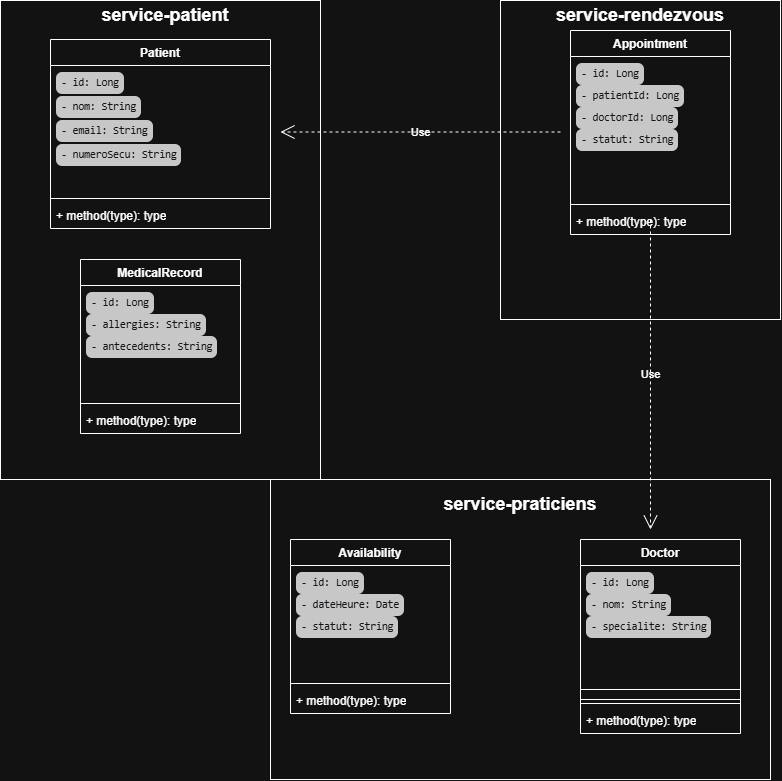
The draw.io diagram docs/uml-global.png in sondoustemri/MedRDV, before a commit. Source tidied: cells renumbered, new cells last; positions are measured from the earlier drawing's top-left corner, leaving out a move shared by most shapes.
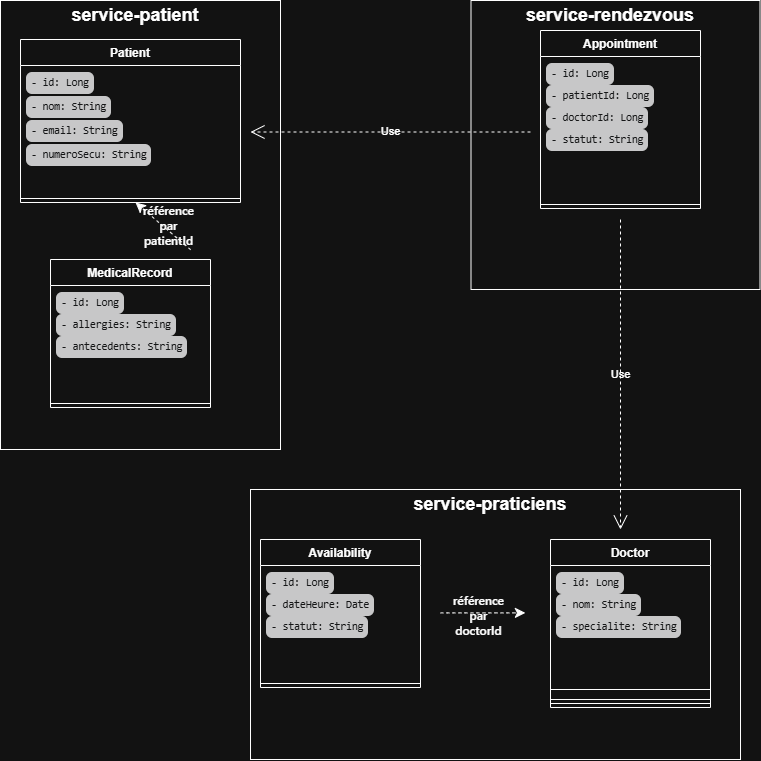
After the change.

Change to the diagram source:
```diff
@@ -5,3 +5,3 @@
     <mxCell id="2" value="&lt;div style=&quot;text-align: start;&quot;&gt;Patient&lt;/div&gt;" style="swimlane;fontStyle=1;align=center;verticalAlign=top;horizontal=1;startSize=26;whiteSpace=wrap;html=1;" parent="1" vertex="1">
-      <mxGeometry x="50" y="39" width="220" height="189" as="geometry" />
+      <mxGeometry x="50" y="39" width="220" height="163" as="geometry" />
     </mxCell>
@@ -13,7 +13,4 @@
     </mxCell>
-    <mxCell id="5" value="+ method(type): type" style="text;strokeColor=none;fillColor=none;align=left;verticalAlign=top;spacingLeft=4;spacingRight=4;overflow=hidden;whiteSpace=wrap;html=1;" parent="2" vertex="1">
-      <mxGeometry y="163" width="220" height="26" as="geometry" />
-    </mxCell>
     <mxCell id="6" value="&lt;div style=&quot;text-align: start;&quot;&gt;MedicalRecord&lt;/div&gt;" style="swimlane;fontStyle=1;align=center;verticalAlign=top;horizontal=1;startSize=26;whiteSpace=wrap;html=1;" parent="1" vertex="1">
-      <mxGeometry x="80" y="259" width="160" height="174" as="geometry" />
+      <mxGeometry x="80" y="259" width="160" height="148" as="geometry" />
     </mxCell>
@@ -25,7 +22,4 @@
     </mxCell>
-    <mxCell id="9" value="+ method(type): type" style="text;strokeColor=none;fillColor=none;align=left;verticalAlign=top;spacingLeft=4;spacingRight=4;overflow=hidden;whiteSpace=wrap;html=1;" parent="6" vertex="1">
-      <mxGeometry y="148" width="160" height="26" as="geometry" />
-    </mxCell>
     <mxCell id="10" value="Doctor" style="swimlane;fontStyle=1;align=center;verticalAlign=top;horizontal=1;startSize=26;whiteSpace=wrap;html=1;" parent="1" vertex="1">
-      <mxGeometry x="580" y="539" width="160" height="194" as="geometry" />
+      <mxGeometry x="580" y="539" width="160" height="168" as="geometry" />
     </mxCell>
@@ -40,7 +34,4 @@
     </mxCell>
-    <mxCell id="14" value="+ method(type): type" style="text;strokeColor=none;fillColor=none;align=left;verticalAlign=top;spacingLeft=4;spacingRight=4;overflow=hidden;whiteSpace=wrap;html=1;" parent="10" vertex="1">
-      <mxGeometry y="168" width="160" height="26" as="geometry" />
-    </mxCell>
     <mxCell id="15" value="Availability" style="swimlane;fontStyle=1;align=center;verticalAlign=top;horizontal=1;startSize=26;whiteSpace=wrap;html=1;" parent="1" vertex="1">
-      <mxGeometry x="290" y="539" width="160" height="174" as="geometry" />
+      <mxGeometry x="290" y="539" width="160" height="148" as="geometry" />
     </mxCell>
@@ -52,7 +43,4 @@
     </mxCell>
-    <mxCell id="18" value="+ method(type): type" style="text;strokeColor=none;fillColor=none;align=left;verticalAlign=top;spacingLeft=4;spacingRight=4;overflow=hidden;whiteSpace=wrap;html=1;" parent="15" vertex="1">
-      <mxGeometry y="148" width="160" height="26" as="geometry" />
-    </mxCell>
     <mxCell id="19" value="Appointment" style="swimlane;fontStyle=1;align=center;verticalAlign=top;horizontal=1;startSize=26;whiteSpace=wrap;html=1;" parent="1" vertex="1">
-      <mxGeometry x="570" y="30" width="160" height="204" as="geometry" />
+      <mxGeometry x="570" y="30" width="160" height="178" as="geometry" />
     </mxCell>
@@ -64,5 +52,2 @@
     </mxCell>
-    <mxCell id="22" value="+ method(type): type" style="text;strokeColor=none;fillColor=none;align=left;verticalAlign=top;spacingLeft=4;spacingRight=4;overflow=hidden;whiteSpace=wrap;html=1;" parent="19" vertex="1">
-      <mxGeometry y="178" width="160" height="26" as="geometry" />
-    </mxCell>
     <mxCell id="23" value="Use" style="endArrow=open;endSize=12;dashed=1;html=1;rounded=0;strokeColor=default;align=center;verticalAlign=middle;fontFamily=Helvetica;fontSize=11;fontColor=default;labelBackgroundColor=none;defaultLabelBackgroundColor=page;" parent="1" edge="1">
@@ -79,5 +64,2 @@
     </mxCell>
-    <mxCell id="25" style="rounded=0;whiteSpace=wrap;html=1;fillColor=none;" parent="1" vertex="1">
-      <mxGeometry width="320" height="479" as="geometry" />
-    </mxCell>
     <mxCell id="26" value="&lt;b&gt;&lt;font style=&quot;font-size: 18px;&quot;&gt;service-patient&lt;/font&gt;&lt;/b&gt;" style="text;html=1;whiteSpace=wrap;strokeColor=none;fillColor=none;align=center;verticalAlign=middle;rounded=0;" parent="1" vertex="1">
@@ -85,5 +67,2 @@
     </mxCell>
-    <mxCell id="27" style="rounded=0;whiteSpace=wrap;html=1;fillColor=none;" parent="1" vertex="1">
-      <mxGeometry x="270" y="479" width="500" height="300" as="geometry" />
-    </mxCell>
     <mxCell id="28" value="&lt;font style=&quot;font-size: 18px;&quot;&gt;&lt;b&gt;service-praticiens&lt;/b&gt;&lt;/font&gt;" style="text;html=1;whiteSpace=wrap;strokeColor=none;fillColor=none;align=center;verticalAlign=middle;rounded=0;" parent="1" vertex="1">
@@ -91,5 +70,2 @@
     </mxCell>
-    <mxCell id="29" style="rounded=0;whiteSpace=wrap;html=1;fillColor=none;" parent="1" vertex="1">
-      <mxGeometry x="500" width="280" height="319" as="geometry" />
-    </mxCell>
     <mxCell id="30" value="&lt;b&gt;&lt;font style=&quot;font-size: 18px;&quot;&gt;service-rendezvous&lt;/font&gt;&lt;/b&gt;" style="text;html=1;whiteSpace=wrap;strokeColor=none;fillColor=none;align=center;verticalAlign=middle;rounded=0;" parent="1" vertex="1">
@@ -97,2 +73,25 @@
     </mxCell>
+    <mxCell id="31" style="rounded=0;whiteSpace=wrap;html=1;fillColor=none;" parent="1" vertex="1">
+      <mxGeometry x="30" width="280" height="449" as="geometry" />
+    </mxCell>
+    <mxCell id="32" style="whiteSpace=wrap;html=1;fillColor=none;" parent="1" vertex="1">
+      <mxGeometry x="500.5" width="289" height="289" as="geometry" />
+    </mxCell>
+    <mxCell id="33" style="rounded=0;whiteSpace=wrap;html=1;fillColor=none;" parent="1" vertex="1">
+      <mxGeometry x="280" y="489" width="490" height="270" as="geometry" />
+    </mxCell>
+    <mxCell id="34" style="endArrow=classic;html=1;rounded=0;dashed=1;strokeColor=default;align=center;verticalAlign=middle;fontFamily=Helvetica;fontSize=11;fontColor=default;labelBackgroundColor=none;defaultLabelBackgroundColor=page;labelPadding=0 4;startSize=8;endSize=8;curved=1;exitX=0.679;exitY=0.555;exitDx=0;exitDy=0;exitPerimeter=0;" parent="1" edge="1" source="31">
+      <mxGeometry relative="1" as="geometry">
+        <mxPoint x="165" y="202" as="targetPoint" />
+      </mxGeometry>
+    </mxCell>
+    <mxCell id="35" value="&lt;span style=&quot;font-weight: 600; font-family: quote-cjk-patch, Inter, system-ui, -apple-system, BlinkMacSystemFont, &amp;quot;Segoe UI&amp;quot;, Roboto, Oxygen, Ubuntu, Cantarell, &amp;quot;Open Sans&amp;quot;, &amp;quot;Helvetica Neue&amp;quot;, sans-serif; text-align: start; white-space: normal;&quot;&gt;&lt;span class=&quot;&quot;&gt;&lt;font style=&quot;font-size: 12px;&quot;&gt;référence par patientId&lt;/font&gt;&lt;/span&gt;&lt;/span&gt;" style="edgeLabel;html=1;align=center;verticalAlign=middle;inheritText=fontFamily,fontSize,fontStyle,textOpacity,labelBorderColor,labelBorderWidth,labelBackgroundColor,defaultLabelBackgroundColor,labelPadding;labelBackgroundColor=none;defaultLabelBackgroundColor=page;labelPadding=0 4;fontColor=light-dark(#F9FAFB,#FFFFFF);" parent="34" vertex="1">
+      <mxGeometry x="-0.1" y="-4" relative="1" as="geometry" />
+    </mxCell>
+    <mxCell id="36" style="endArrow=classic;html=1;rounded=0;dashed=1;strokeColor=default;align=center;verticalAlign=middle;fontFamily=Helvetica;fontSize=11;fontColor=default;labelBackgroundColor=none;defaultLabelBackgroundColor=page;labelPadding=0 4;startSize=8;endSize=8;curved=1;entryX=0.561;entryY=0.457;entryDx=0;entryDy=0;entryPerimeter=0;exitX=0.388;exitY=0.457;exitDx=0;exitDy=0;exitPerimeter=0;" parent="1" edge="1" source="33" target="33">
+      <mxGeometry relative="1" as="geometry" />
+    </mxCell>
+    <mxCell id="37" value="&lt;span style=&quot;font-weight: 600; font-family: quote-cjk-patch, Inter, system-ui, -apple-system, BlinkMacSystemFont, &amp;quot;Segoe UI&amp;quot;, Roboto, Oxygen, Ubuntu, Cantarell, &amp;quot;Open Sans&amp;quot;, &amp;quot;Helvetica Neue&amp;quot;, sans-serif; text-align: start; white-space: normal;&quot;&gt;&lt;span class=&quot;&quot;&gt;&lt;font style=&quot;font-size: 12px;&quot;&gt;référence par doctorId&lt;/font&gt;&lt;/span&gt;&lt;/span&gt;" style="edgeLabel;html=1;align=center;verticalAlign=middle;inheritText=fontFamily,fontSize,fontStyle,textOpacity,labelBorderColor,labelBorderWidth,labelBackgroundColor,defaultLabelBackgroundColor,labelPadding;labelBackgroundColor=none;defaultLabelBackgroundColor=page;labelPadding=0 4;fontColor=light-dark(#F9FAFB,#FFFFFF);" parent="36" vertex="1">
+      <mxGeometry x="-0.14" y="-2" relative="1" as="geometry" />
+    </mxCell>
   </root>
```
